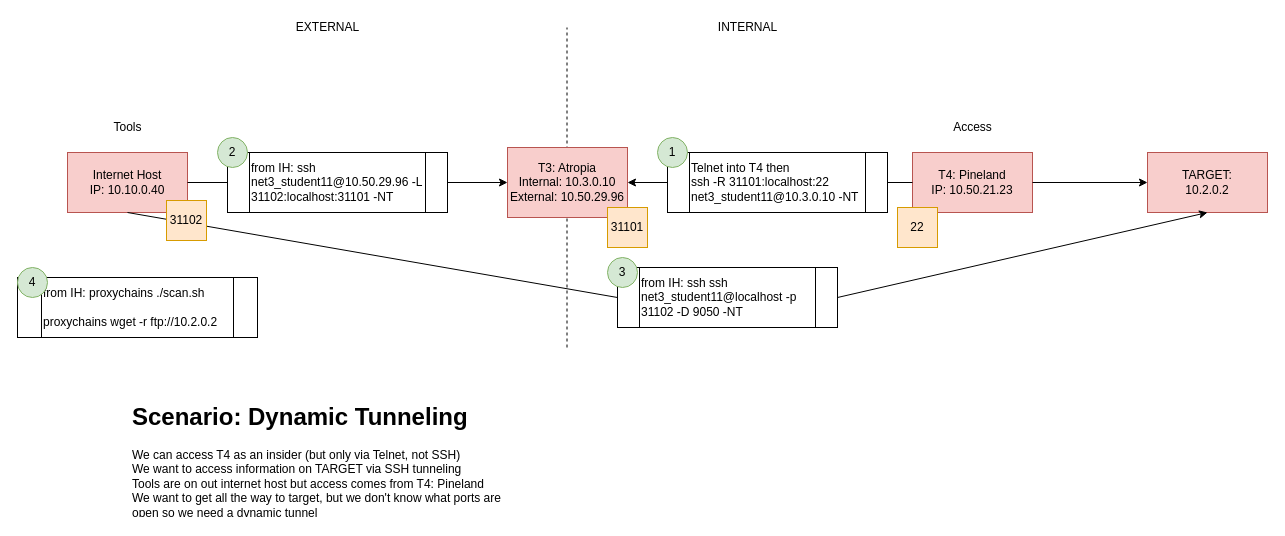
Before: ctf/CTF_tunneling5.drawio in abfarr/cctc, a draw.io diagram. Source tidied: cells renumbered, new cells numbered last; positions are measured from the earlier drawing's top-left corner, leaving out a move shared by most shapes. Both pictures are drawn from the tidied source at 100%, with x=0, y=0 at pixel (17, 17).
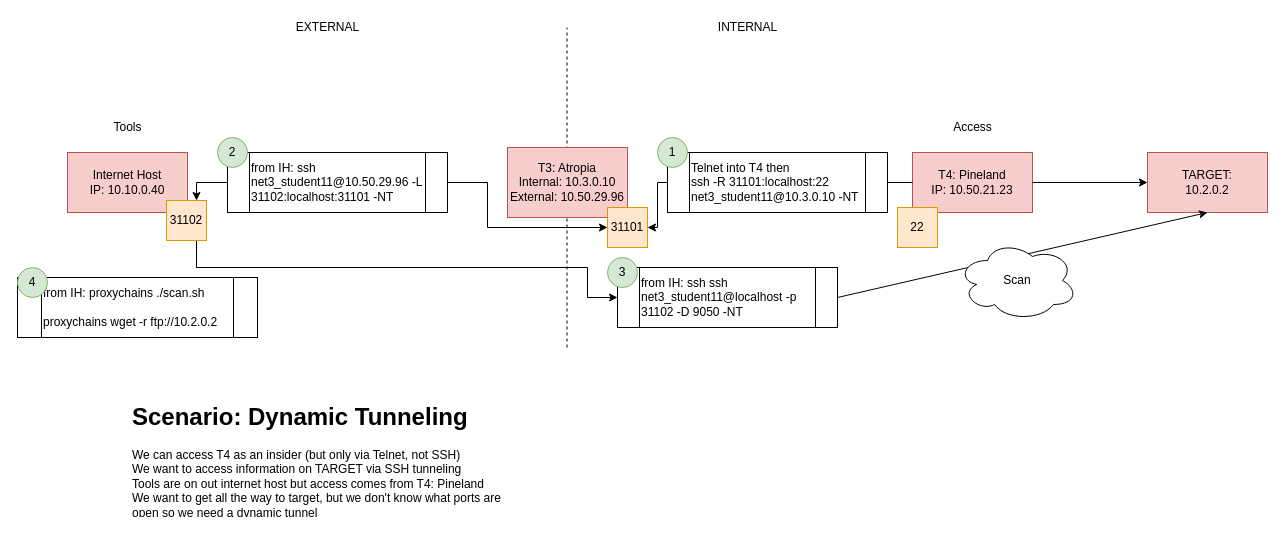
Above is the later version.

Unchanged cells that the change refers to:
```xml
<mxCell id="3" value="Internet Host&lt;br&gt;IP: 10.10.0.40" style="rounded=0;whiteSpace=wrap;html=1;fillColor=#f8cecc;strokeColor=#b85450;" parent="1" vertex="1">
  <mxGeometry x="50" y="135" width="120" height="60" as="geometry" />
</mxCell>
<mxCell id="5" value="T3: Atropia&lt;br&gt;Internal: 10.3.0.10&lt;br&gt;External: 10.50.29.96" style="rounded=0;whiteSpace=wrap;html=1;fillColor=#f8cecc;strokeColor=#b85450;" parent="1" vertex="1">
  <mxGeometry x="490" y="130" width="120" height="70" as="geometry" />
</mxCell>
<mxCell id="14" value="31101" style="whiteSpace=wrap;html=1;fillColor=#ffe6cc;strokeColor=#d79b00;" parent="1" vertex="1">
  <mxGeometry x="590" y="190" width="40" height="40" as="geometry" />
</mxCell>
<mxCell id="16" value="Telnet into T4 then&lt;br&gt;ssh -R 31101:localhost:22 net3_student11@10.3.0.10 -NT" style="shape=process;whiteSpace=wrap;html=1;backgroundOutline=1;align=left;" parent="1" vertex="1">
  <mxGeometry x="650" y="135" width="220" height="60" as="geometry" />
</mxCell>
<mxCell id="19" value="from IH: ssh net3_student11@10.50.29.96 -L 31102:localhost:31101 -NT" style="shape=process;whiteSpace=wrap;html=1;backgroundOutline=1;align=left;" parent="1" vertex="1">
  <mxGeometry x="210" y="135" width="220" height="60" as="geometry" />
</mxCell>
<mxCell id="23" value="from IH: ssh ssh net3_student11@localhost -p 31102 -D 9050 -NT" style="shape=process;whiteSpace=wrap;html=1;backgroundOutline=1;align=left;" parent="1" vertex="1">
  <mxGeometry x="600" y="250" width="220" height="60" as="geometry" />
</mxCell>
<mxCell id="26" value="31102" style="whiteSpace=wrap;html=1;fillColor=#ffe6cc;strokeColor=#d79b00;" parent="1" vertex="1">
  <mxGeometry x="149" y="183" width="40" height="40" as="geometry" />
</mxCell>
```

Diff of the diagram source:
```diff
@@
-    <mxCell id="10" style="endArrow=classic;html=1;rounded=0;exitX=1;exitY=0.5;exitDx=0;exitDy=0;entryX=0;entryY=0.5;entryDx=0;entryDy=0;startArrow=none;" parent="1" edge="1" source="19" target="5">
-      <mxGeometry relative="1" as="geometry" />
-    </mxCell>
@@
-    <mxCell id="12" style="endArrow=classic;html=1;rounded=0;exitX=0;exitY=0.5;exitDx=0;exitDy=0;entryX=1;entryY=0.5;entryDx=0;entryDy=0;startArrow=none;" parent="1" edge="1" source="16" target="5">
-      <mxGeometry relative="1" as="geometry" />
-    </mxCell>
@@
+    <mxCell id="30" style="edgeStyle=orthogonalEdgeStyle;rounded=0;jettySize=auto;html=1;exitX=0;exitY=0.5;exitDx=0;exitDy=0;entryX=1;entryY=0.5;entryDx=0;entryDy=0;" parent="1" edge="1" source="16" target="14">
+      <mxGeometry relative="1" as="geometry">
+        <Array as="points">
+          <mxPoint x="640" y="165" />
+          <mxPoint x="640" y="210" />
+        </Array>
+      </mxGeometry>
+    </mxCell>
@@
+    <mxCell id="31" style="edgeStyle=orthogonalEdgeStyle;rounded=0;jettySize=auto;html=1;exitX=1;exitY=0.5;exitDx=0;exitDy=0;entryX=0;entryY=0.5;entryDx=0;entryDy=0;" parent="1" edge="1" source="19" target="14">
+      <mxGeometry relative="1" as="geometry">
+        <Array as="points">
+          <mxPoint x="470" y="165" />
+          <mxPoint x="470" y="210" />
+        </Array>
+      </mxGeometry>
+    </mxCell>
+    <mxCell id="32" style="edgeStyle=orthogonalEdgeStyle;rounded=0;jettySize=auto;html=1;exitX=0;exitY=0.5;exitDx=0;exitDy=0;entryX=0.75;entryY=0;entryDx=0;entryDy=0;" parent="1" edge="1" source="19" target="26">
+      <mxGeometry relative="1" as="geometry" />
+    </mxCell>
@@
-    <mxCell id="20" style="endArrow=none;html=1;rounded=0;exitX=1;exitY=0.5;exitDx=0;exitDy=0;entryX=0;entryY=0.5;entryDx=0;entryDy=0;" parent="1" edge="1" source="3" target="19">
-      <mxGeometry relative="1" as="geometry" />
-    </mxCell>
@@
-    <mxCell id="25" style="endArrow=none;html=1;rounded=0;exitX=0;exitY=0.5;exitDx=0;exitDy=0;entryX=0.5;entryY=1;entryDx=0;entryDy=0;" parent="1" edge="1" source="23" target="3">
-      <mxGeometry relative="1" as="geometry" />
-    </mxCell>
+    <mxCell id="33" style="edgeStyle=orthogonalEdgeStyle;rounded=0;jettySize=auto;html=1;exitX=0.75;exitY=1;exitDx=0;exitDy=0;entryX=0;entryY=0.5;entryDx=0;entryDy=0;" parent="1" edge="1" source="26" target="23">
+      <mxGeometry relative="1" as="geometry">
+        <Array as="points">
+          <mxPoint x="179" y="250" />
+          <mxPoint x="570" y="250" />
+          <mxPoint x="570" y="280" />
+        </Array>
+      </mxGeometry>
+    </mxCell>
@@
+    <mxCell id="34" value="Scan" style="ellipse;shape=cloud;whiteSpace=wrap;html=1;" parent="1" vertex="1">
+      <mxGeometry x="940" y="223" width="120" height="80" as="geometry" />
+    </mxCell>
```
